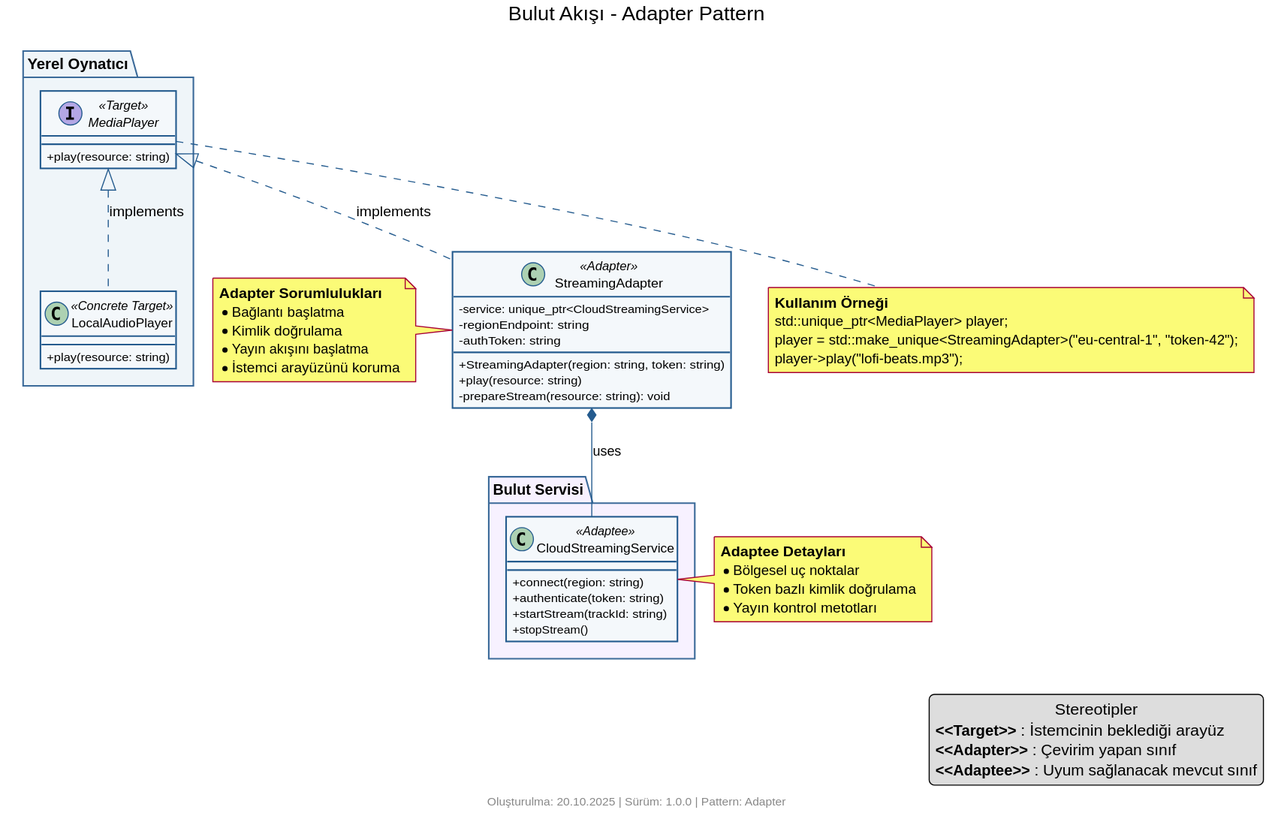
Above: structural/adapter/cloud_streaming/diagram.svg in kaayra2000/tasarim_kaliplari (PlantUML), before the change. The source it was exported from:
```plantuml
@startuml

title Bulut Akışı - Adapter Pattern

skinparam backgroundColor #FFFFFF
skinparam shadowing false
skinparam classAttributeIconSize 0

skinparam class {
    BackgroundColor #F4F8FB
    BorderColor #245B8E
    ArrowColor #245B8E
}

skinparam package {
    BackgroundColor #EFF5F9
    BorderColor #3B6A99
}


package "Yerel Oynatıcı" {
    interface MediaPlayer <<Target>> {
        + play(resource: string)
    }

    class LocalAudioPlayer <<Concrete Target>> {
        + play(resource: string)
    }
}


package "Bulut Servisi" #F7F1FF {
    class CloudStreamingService <<Adaptee>> {
        + connect(region: string)
        + authenticate(token: string)
        + startStream(trackId: string)
        + stopStream()
    }
}


class StreamingAdapter <<Adapter>> {
    - service: unique_ptr<CloudStreamingService>
    - regionEndpoint: string
    - authToken: string
    + StreamingAdapter(region: string, token: string)
    + play(resource: string)
    - prepareStream(resource: string): void
}


MediaPlayer <|.. LocalAudioPlayer : implements
MediaPlayer <|.. StreamingAdapter : implements
StreamingAdapter *-- CloudStreamingService : uses


note left of StreamingAdapter
  **Adapter Sorumlulukları**
  * Bağlantı başlatma
  * Kimlik doğrulama
  * Yayın akışını başlatma
  * İstemci arayüzünü koruma
end note

note right of CloudStreamingService
  **Adaptee Detayları**
  * Bölgesel uç noktalar
  * Token bazlı kimlik doğrulama
  * Yayın kontrol metotları
end note

note bottom of MediaPlayer
  **Kullanım Örneği**
  std::unique_ptr<MediaPlayer> player;
  player = std::make_unique<StreamingAdapter>("eu-central-1", "token-42");
  player->play("lofi-beats.mp3");
end note

legend right
  == Stereotipler ==
  <b><<Target>></b> : İstemcinin beklediği arayüz
  <b><<Adapter>></b> : Çevirim yapan sınıf
  <b><<Adaptee>></b> : Uyum sağlanacak mevcut sınıf
end legend

footer Oluşturulma: 20.10.2025 | Sürüm: 1.0.0 | Pattern: Adapter

@enduml
```
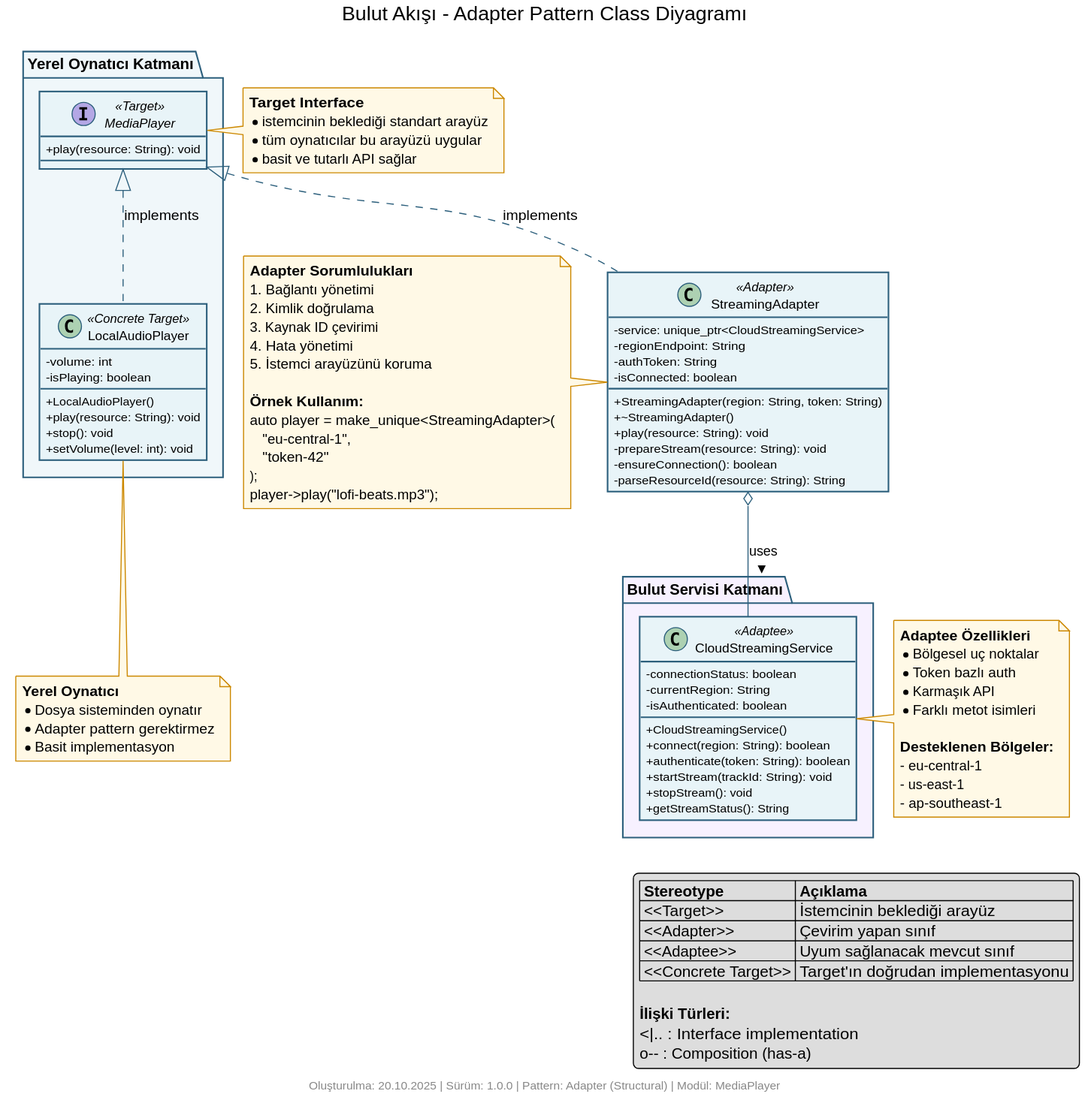
The same diagram one commit later.

Commit message:
adapter umlleri biçimlendirildi

Change to the diagram source:
```diff
@@ -1,88 +1,139 @@
 @startuml
 
-title Bulut Akışı - Adapter Pattern
+title Bulut Akışı - Adapter Pattern Class Diyagramı
 
 skinparam backgroundColor #FFFFFF
 skinparam shadowing false
 skinparam classAttributeIconSize 0
 
 skinparam class {
-    BackgroundColor #F4F8FB
-    BorderColor #245B8E
-    ArrowColor #245B8E
+    BackgroundColor #E8F4F8
+    BorderColor #2C5F7C
+    ArrowColor #2C5F7C
+    FontName Arial
+    FontSize 12
 }
 
 skinparam package {
-    BackgroundColor #EFF5F9
-    BorderColor #3B6A99
+    BackgroundColor #F0F7FA
+    BorderColor #2C5F7C
+    FontStyle bold
+}
+
+skinparam note {
+    BackgroundColor #FFF9E6
+    BorderColor #CC8800
 }
 
 
-package "Yerel Oynatıcı" {
+package "Yerel Oynatıcı Katmanı" {
     interface MediaPlayer <<Target>> {
-        + play(resource: string)
+        +play(resource: String): void
+        __
     }
 
     class LocalAudioPlayer <<Concrete Target>> {
-        + play(resource: string)
+        -volume: int
+        -isPlaying: boolean
+        __
+        +LocalAudioPlayer()
+        +play(resource: String): void
+        +stop(): void
+        +setVolume(level: int): void
     }
 }
 
 
-package "Bulut Servisi" #F7F1FF {
+package "Bulut Servisi Katmanı" #F7F1FF {
     class CloudStreamingService <<Adaptee>> {
-        + connect(region: string)
-        + authenticate(token: string)
-        + startStream(trackId: string)
-        + stopStream()
+        -connectionStatus: boolean
+        -currentRegion: String
+        -isAuthenticated: boolean
+        __
+        +CloudStreamingService()
+        +connect(region: String): boolean
+        +authenticate(token: String): boolean
+        +startStream(trackId: String): void
+        +stopStream(): void
+        +getStreamStatus(): String
     }
 }
 
 
 class StreamingAdapter <<Adapter>> {
-    - service: unique_ptr<CloudStreamingService>
-    - regionEndpoint: string
-    - authToken: string
-    + StreamingAdapter(region: string, token: string)
-    + play(resource: string)
-    - prepareStream(resource: string): void
+    -service: unique_ptr<CloudStreamingService>
+    -regionEndpoint: String
+    -authToken: String
+    -isConnected: boolean
+    __
+    +StreamingAdapter(region: String, token: String)
+    +~StreamingAdapter()
+    +play(resource: String): void
+    -prepareStream(resource: String): void
+    -ensureConnection(): boolean
+    -parseResourceId(resource: String): String
 }
 
 
 MediaPlayer <|.. LocalAudioPlayer : implements
 MediaPlayer <|.. StreamingAdapter : implements
-StreamingAdapter *-- CloudStreamingService : uses
+StreamingAdapter o-- CloudStreamingService : uses >
 
+note right of MediaPlayer
+  **Target Interface**
+  * istemcinin beklediği standart arayüz
+  * tüm oynatıcılar bu arayüzü uygular
+  * basit ve tutarlı API sağlar
+end note
 
 note left of StreamingAdapter
   **Adapter Sorumlulukları**
-  * Bağlantı başlatma
-  * Kimlik doğrulama
-  * Yayın akışını başlatma
-  * İstemci arayüzünü koruma
+  1. Bağlantı yönetimi
+  2. Kimlik doğrulama
+  3. Kaynak ID çevirimi
+  4. Hata yönetimi
+  5. İstemci arayüzünü koruma
+
+  **Örnek Kullanım:**
+  auto player = make_unique<StreamingAdapter>(
+      "eu-central-1",
+      "token-42"
+  );
+  player->play("lofi-beats.mp3");
 end note
 
 note right of CloudStreamingService
-  **Adaptee Detayları**
+  **Adaptee Özellikleri**
   * Bölgesel uç noktalar
-  * Token bazlı kimlik doğrulama
-  * Yayın kontrol metotları
+  * Token bazlı auth
+  * Karmaşık API
+  * Farklı metot isimleri
+
+  **Desteklenen Bölgeler:**
+  - eu-central-1
+  - us-east-1
+  - ap-southeast-1
 end note
 
-note bottom of MediaPlayer
-  **Kullanım Örneği**
-  std::unique_ptr<MediaPlayer> player;
-  player = std::make_unique<StreamingAdapter>("eu-central-1", "token-42");
-  player->play("lofi-beats.mp3");
+note bottom of LocalAudioPlayer
+  **Yerel Oynatıcı**
+  * Dosya sisteminden oynatır
+  * Adapter pattern gerektirmez
+  * Basit implementasyon
 end note
 
 legend right
-  == Stereotipler ==
-  <b><<Target>></b> : İstemcinin beklediği arayüz
-  <b><<Adapter>></b> : Çevirim yapan sınıf
-  <b><<Adaptee>></b> : Uyum sağlanacak mevcut sınıf
-end legend
+  |= Stereotype |= Açıklama |
+  | <<Target>> | İstemcinin beklediği arayüz |
+  | <<Adapter>> | Çevirim yapan sınıf |
+  | <<Adaptee>> | Uyum sağlanacak mevcut sınıf |
+  | <<Concrete Target>> | Target'ın doğrudan implementasyonu |
 
-footer Oluşturulma: 20.10.2025 | Sürüm: 1.0.0 | Pattern: Adapter
+  **İlişki Türleri:**
+  <|.. : Interface implementation
+  o-- : Composition (has-a)
+endlegend
+
+footer Oluşturulma: 20.10.2025 | Sürüm: 1.0.0 | Pattern: Adapter (Structural) | Modül: MediaPlayer
 
 @enduml
```
